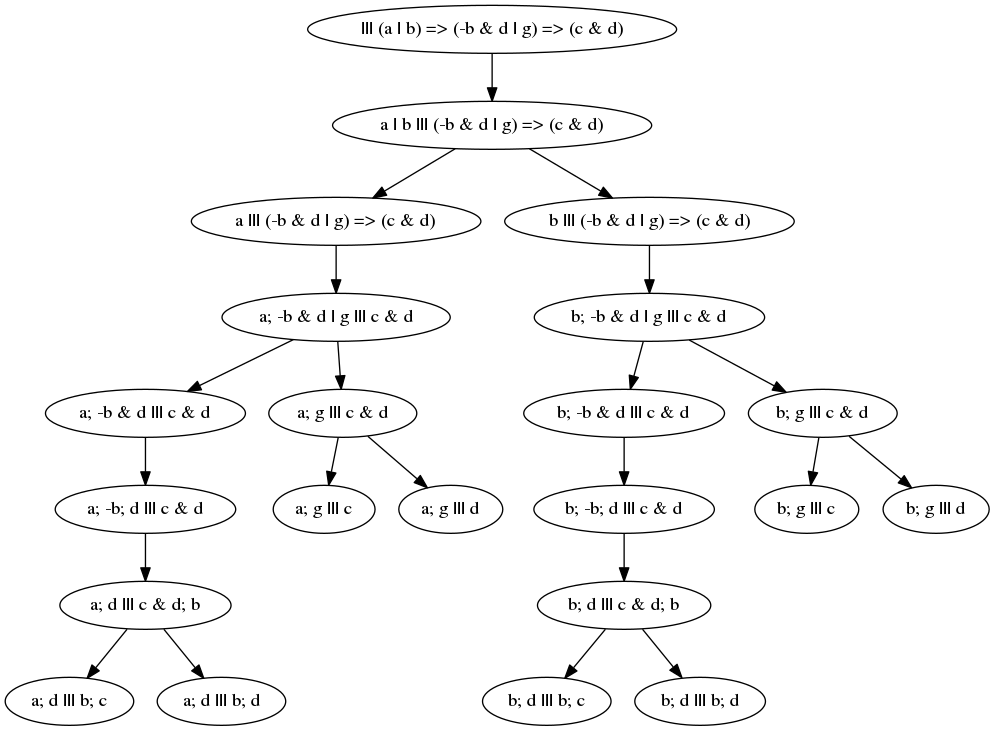
Above: exam_matlog/res.png in jackbogdanov/math_logic (Graphviz), before the change. Its source is kept beside it as exam_matlog/res.dot. Its diagram source:
```dot
digraph {
"||| (a | b) => (-b & d | g) => (c & d)" -> "a | b ||| (-b & d | g) => (c & d)"
"a | b ||| (-b & d | g) => (c & d)" -> "a ||| (-b & d | g) => (c & d)"
"a ||| (-b & d | g) => (c & d)" -> "a; -b & d | g ||| c & d"
"a; -b & d | g ||| c & d" -> "a; -b & d ||| c & d"
"a; -b & d ||| c & d" -> "a; -b; d ||| c & d"
"a; -b; d ||| c & d" -> "a; d ||| c & d; b"
"a; d ||| c & d; b" -> "a; d ||| b; c"
"a; d ||| c & d; b" -> "a; d ||| b; d"
"a; -b & d | g ||| c & d" -> "a; g ||| c & d"
"a; g ||| c & d" -> "a; g ||| c"
"a; g ||| c & d" -> "a; g ||| d"
"a | b ||| (-b & d | g) => (c & d)" -> "b ||| (-b & d | g) => (c & d)"
"b ||| (-b & d | g) => (c & d)" -> "b; -b & d | g ||| c & d"
"b; -b & d | g ||| c & d" -> "b; -b & d ||| c & d"
"b; -b & d ||| c & d" -> "b; -b; d ||| c & d"
"b; -b; d ||| c & d" -> "b; d ||| c & d; b"
"b; d ||| c & d; b" -> "b; d ||| b; c"
"b; d ||| c & d; b" -> "b; d ||| b; d"
"b; -b & d | g ||| c & d" -> "b; g ||| c & d"
"b; g ||| c & d" -> "b; g ||| c"
"b; g ||| c & d" -> "b; g ||| d"
}
```
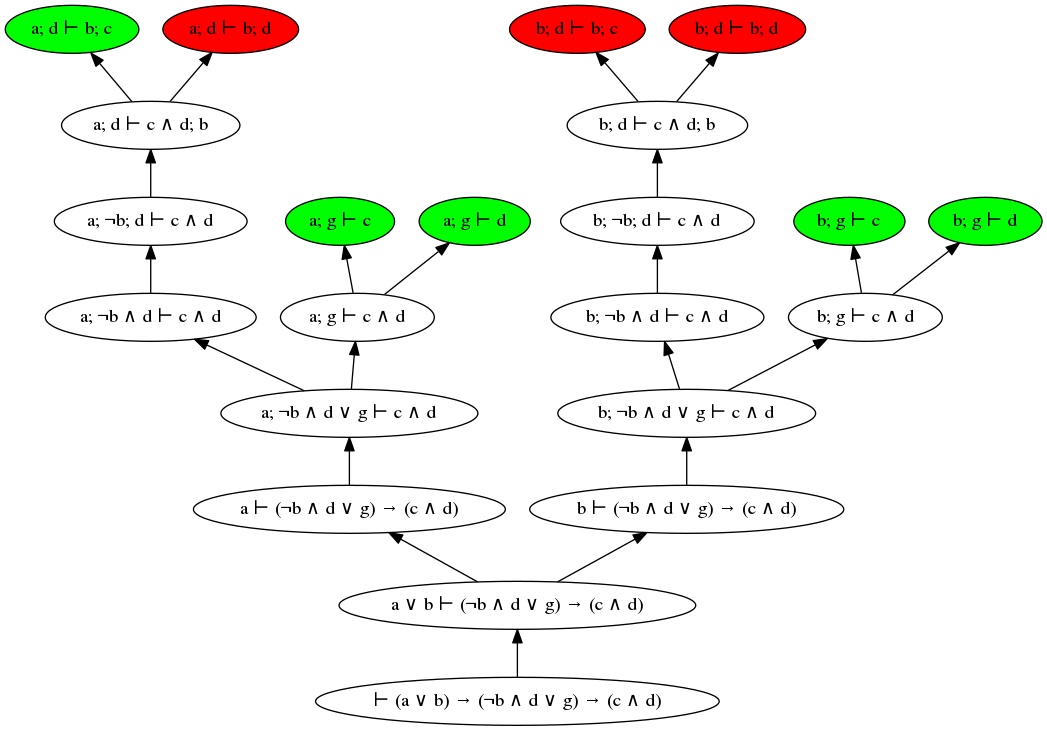
The same diagram one commit later.

What changed in the source:
```diff
@@ -1,23 +1,32 @@
 digraph {
-"||| (a | b) => (-b & d | g) => (c & d)" -> "a | b ||| (-b & d | g) => (c & d)"
-"a | b ||| (-b & d | g) => (c & d)" -> "a ||| (-b & d | g) => (c & d)"
-"a ||| (-b & d | g) => (c & d)" -> "a; -b & d | g ||| c & d"
-"a; -b & d | g ||| c & d" -> "a; -b & d ||| c & d"
-"a; -b & d ||| c & d" -> "a; -b; d ||| c & d"
-"a; -b; d ||| c & d" -> "a; d ||| c & d; b"
-"a; d ||| c & d; b" -> "a; d ||| b; c"
-"a; d ||| c & d; b" -> "a; d ||| b; d"
-"a; -b & d | g ||| c & d" -> "a; g ||| c & d"
-"a; g ||| c & d" -> "a; g ||| c"
-"a; g ||| c & d" -> "a; g ||| d"
-"a | b ||| (-b & d | g) => (c & d)" -> "b ||| (-b & d | g) => (c & d)"
-"b ||| (-b & d | g) => (c & d)" -> "b; -b & d | g ||| c & d"
-"b; -b & d | g ||| c & d" -> "b; -b & d ||| c & d"
-"b; -b & d ||| c & d" -> "b; -b; d ||| c & d"
-"b; -b; d ||| c & d" -> "b; d ||| c & d; b"
-"b; d ||| c & d; b" -> "b; d ||| b; c"
-"b; d ||| c & d; b" -> "b; d ||| b; d"
-"b; -b & d | g ||| c & d" -> "b; g ||| c & d"
-"b; g ||| c & d" -> "b; g ||| c"
-"b; g ||| c & d" -> "b; g ||| d"
+rankdir = BT
+"⊢ (a ∨ b) → (¬b ∧ d ∨ g) → (c ∧ d)" -> "a ∨ b ⊢ (¬b ∧ d ∨ g) → (c ∧ d)"
+"a ∨ b ⊢ (¬b ∧ d ∨ g) → (c ∧ d)" -> "a ⊢ (¬b ∧ d ∨ g) → (c ∧ d)"
+"a ⊢ (¬b ∧ d ∨ g) → (c ∧ d)" -> "a; ¬b ∧ d ∨ g ⊢ c ∧ d"
+"a; ¬b ∧ d ∨ g ⊢ c ∧ d" -> "a; ¬b ∧ d ⊢ c ∧ d"
+"a; ¬b ∧ d ⊢ c ∧ d" -> "a; ¬b; d ⊢ c ∧ d"
+"a; ¬b; d ⊢ c ∧ d" -> "a; d ⊢ c ∧ d; b"
+"a; d ⊢ c ∧ d; b" -> "a; d ⊢ b; c"
+"a; d ⊢ b; c"[style="filled",fillcolor="green"];
+"a; d ⊢ c ∧ d; b" -> "a; d ⊢ b; d"
+"a; d ⊢ b; d"[style="filled",fillcolor="red"];
+"a; ¬b ∧ d ∨ g ⊢ c ∧ d" -> "a; g ⊢ c ∧ d"
+"a; g ⊢ c ∧ d" -> "a; g ⊢ c"
+"a; g ⊢ c"[style="filled",fillcolor="green"];
+"a; g ⊢ c ∧ d" -> "a; g ⊢ d"
+"a; g ⊢ d"[style="filled",fillcolor="green"];
+"a ∨ b ⊢ (¬b ∧ d ∨ g) → (c ∧ d)" -> "b ⊢ (¬b ∧ d ∨ g) → (c ∧ d)"
+"b ⊢ (¬b ∧ d ∨ g) → (c ∧ d)" -> "b; ¬b ∧ d ∨ g ⊢ c ∧ d"
+"b; ¬b ∧ d ∨ g ⊢ c ∧ d" -> "b; ¬b ∧ d ⊢ c ∧ d"
+"b; ¬b ∧ d ⊢ c ∧ d" -> "b; ¬b; d ⊢ c ∧ d"
+"b; ¬b; d ⊢ c ∧ d" -> "b; d ⊢ c ∧ d; b"
+"b; d ⊢ c ∧ d; b" -> "b; d ⊢ b; c"
+"b; d ⊢ b; c"[style="filled",fillcolor="red"];
+"b; d ⊢ c ∧ d; b" -> "b; d ⊢ b; d"
+"b; d ⊢ b; d"[style="filled",fillcolor="red"];
+"b; ¬b ∧ d ∨ g ⊢ c ∧ d" -> "b; g ⊢ c ∧ d"
+"b; g ⊢ c ∧ d" -> "b; g ⊢ c"
+"b; g ⊢ c"[style="filled",fillcolor="green"];
+"b; g ⊢ c ∧ d" -> "b; g ⊢ d"
+"b; g ⊢ d"[style="filled",fillcolor="green"];
 }
```
